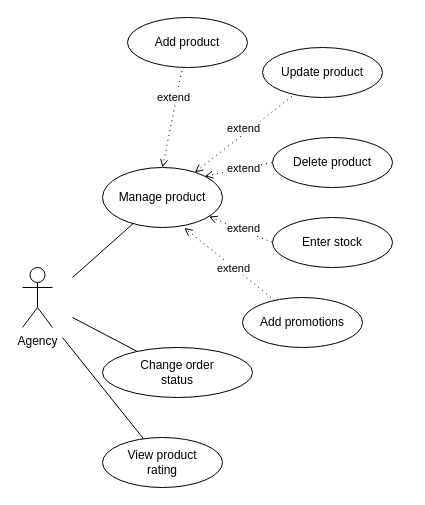
This is Diagram/UseCase/Agency.drawio from HenSanInDuty/BNShop, a draw.io file, before an edit. Source tidied: cells renumbered, new cells numbered last; positions are measured from the earlier drawing's top-left corner, leaving out a move shared by most shapes. Both pictures are drawn from the tidied source at 100%, with x=0, y=0 at pixel (22, 17).
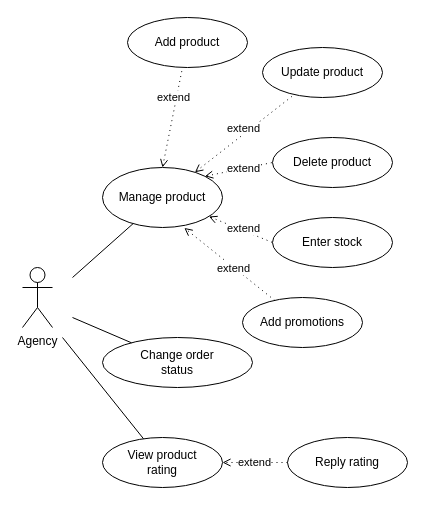
Above is the later version.

Commit message (it also covers changes not shown here):
Sub agency

The change refers to these unchanged cells:
```xml
<mxCell id="8" value="View product &lt;br&gt;rating" style="ellipse;whiteSpace=wrap;html=1;" parent="1" vertex="1">
  <mxGeometry x="80" y="420" width="120" height="50" as="geometry" />
</mxCell>
```

Diff of the diagram source:
```diff
@@
     <mxCell id="7" value="Change order&lt;br&gt;status" style="ellipse;whiteSpace=wrap;html=1;" parent="1" vertex="1">
-      <mxGeometry x="80" y="330" width="150" height="50" as="geometry" />
+      <mxGeometry x="80" y="320" width="150" height="50" as="geometry" />
     </mxCell>
@@
+    <mxCell id="24" value="Reply rating" style="ellipse;whiteSpace=wrap;html=1;" parent="1" vertex="1">
+      <mxGeometry x="265" y="420" width="120" height="50" as="geometry" />
+    </mxCell>
+    <mxCell id="25" value="extend" style="endArrow=open;html=1;rounded=0;dashed=1;dashPattern=1 4;startArrow=none;startFill=0;endFill=0;" parent="1" edge="1" source="24" target="8">
+      <mxGeometry relative="1" as="geometry" />
+    </mxCell>
```
